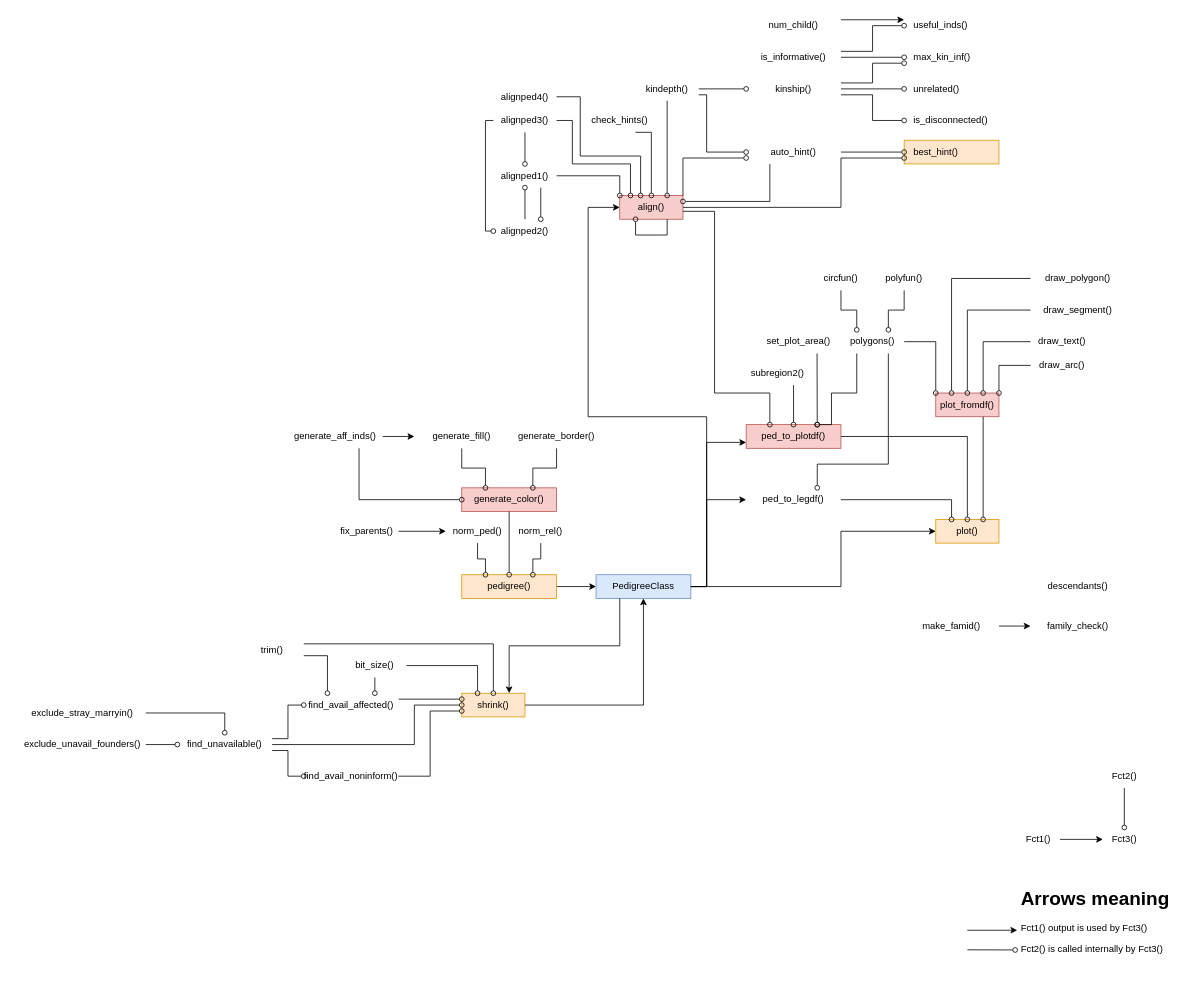
mayoverse/kinship2 keeps this draw.io diagram as documentation/DiagramFunction.drawio. Above is the earlier version. Source tidied: cells renumbered, new cells numbered last; positions are measured from the earlier drawing's top-left corner, leaving out a move shared by most shapes. Both pictures are drawn from the tidied source at 79%, with x=0, y=0 at pixel (19, 13).
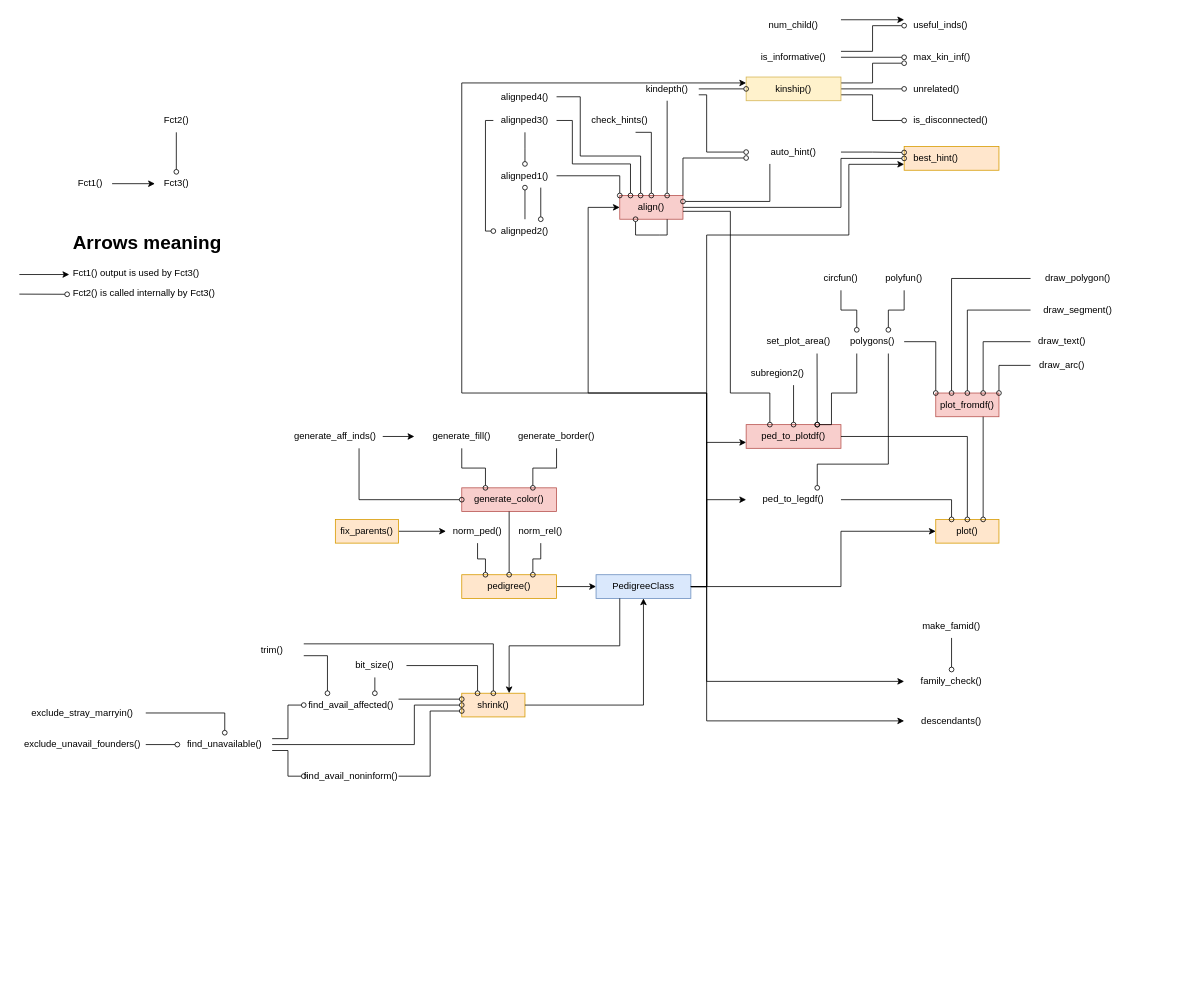
The same page after the edit.

Commit message:
Mettre à jour DiagramFunction.drawio

The change refers to these unchanged cells:
```xml
<mxCell id="2" value="ped_to_plotdf()" style="text;html=1;strokeColor=#b85450;fillColor=#f8cecc;align=center;verticalAlign=middle;whiteSpace=wrap;rounded=0;" parent="1" vertex="1">
  <mxGeometry x="920" y="520" width="120" height="30" as="geometry" />
</mxCell>
<mxCell id="5" value="align()" style="text;html=1;strokeColor=#b85450;fillColor=#f8cecc;align=center;verticalAlign=middle;whiteSpace=wrap;rounded=0;points=[[0,0,0,0,0],[0,0.25,0,0,0],[0,0.5,0,0,0],[0,0.75,0,0,0],[0,1,0,0,0],[0.08,0,0,0,0],[0.17,0,0,0,0],[0.25,0,0,0,0],[0.25,1,0,0,0],[0.33,0,0,0,0],[0.42,0,0,0,0],[0.5,0,0,0,0],[0.5,1,0,0,0],[0.58,0,0,0,0],[0.67,0,0,0,0],[0.75,0,0,0,0],[0.75,1,0,0,0],[0.83,0,0,0,0],[0.92,0,0,0,0],[1,0,0,0,0],[1,0.25,0,0,0],[1,0.5,0,0,0],[1,0.75,0,0,0],[1,1,0,0,0]];" parent="1" vertex="1">
  <mxGeometry x="760" y="230" width="80" height="30" as="geometry" />
</mxCell>
<mxCell id="6" value="PedigreeClass" style="text;html=1;strokeColor=#6c8ebf;fillColor=#dae8fc;align=center;verticalAlign=middle;whiteSpace=wrap;rounded=0;" parent="1" vertex="1">
  <mxGeometry x="730" y="710" width="120" height="30" as="geometry" />
</mxCell>
<mxCell id="41" value="auto_hint()" style="text;html=1;strokeColor=none;fillColor=none;align=center;verticalAlign=middle;whiteSpace=wrap;rounded=0;" parent="1" vertex="1">
  <mxGeometry x="920" y="160" width="120" height="30" as="geometry" />
</mxCell>
<mxCell id="49" value="make_famid()" style="text;html=1;strokeColor=none;fillColor=none;align=center;verticalAlign=middle;whiteSpace=wrap;rounded=0;" parent="1" vertex="1">
  <mxGeometry x="1120" y="760" width="120" height="30" as="geometry" />
</mxCell>
```

What changed in the source:
```diff
@@
+    <mxCell id="124" style="edgeStyle=orthogonalEdgeStyle;rounded=0;jettySize=auto;html=1;exitX=1;exitY=0.5;exitDx=0;exitDy=0;entryX=0;entryY=0.5;entryDx=0;entryDy=0;" parent="1" edge="1" source="6" target="50">
+      <mxGeometry relative="1" as="geometry">
+        <Array as="points">
+          <mxPoint x="870" y="725" />
+          <mxPoint x="870" y="845" />
+        </Array>
+      </mxGeometry>
+    </mxCell>
+    <mxCell id="125" style="edgeStyle=orthogonalEdgeStyle;rounded=0;jettySize=auto;html=1;exitX=1;exitY=0.5;exitDx=0;exitDy=0;entryX=0;entryY=0.5;entryDx=0;entryDy=0;" parent="1" edge="1" source="6" target="47">
+      <mxGeometry relative="1" as="geometry">
+        <Array as="points">
+          <mxPoint x="870" y="725" />
+          <mxPoint x="870" y="895" />
+        </Array>
+      </mxGeometry>
+    </mxCell>
+    <mxCell id="126" style="edgeStyle=orthogonalEdgeStyle;rounded=0;jettySize=auto;html=1;exitX=1;exitY=0.5;exitDx=0;exitDy=0;entryX=0;entryY=0.75;entryDx=0;entryDy=0;" parent="1" edge="1" source="6" target="7">
+      <mxGeometry relative="1" as="geometry">
+        <Array as="points">
+          <mxPoint x="870" y="725" />
+          <mxPoint x="870" y="280" />
+          <mxPoint x="1050" y="280" />
+          <mxPoint x="1050" y="190" />
+          <mxPoint x="1120" y="190" />
+        </Array>
+      </mxGeometry>
+    </mxCell>
+    <mxCell id="127" style="edgeStyle=orthogonalEdgeStyle;rounded=0;jettySize=auto;html=1;exitX=1;exitY=0.5;exitDx=0;exitDy=0;entryX=0;entryY=0.25;entryDx=0;entryDy=0;" parent="1" edge="1" source="6" target="34">
+      <mxGeometry relative="1" as="geometry">
+        <Array as="points">
+          <mxPoint x="870" y="725" />
+          <mxPoint x="870" y="480" />
+          <mxPoint x="560" y="480" />
+          <mxPoint x="560" y="87" />
+        </Array>
+      </mxGeometry>
+    </mxCell>
@@
     <mxCell id="7" value="best_hint()" style="text;html=1;strokeColor=#d79b00;fillColor=#ffe6cc;align=left;verticalAlign=middle;whiteSpace=wrap;rounded=0;spacingLeft=10;" parent="1" vertex="1">
-      <mxGeometry x="1120" y="160" width="120" height="30" as="geometry" />
+      <mxGeometry x="1120" y="168" width="120" height="30" as="geometry" />
     </mxCell>
@@
     <mxCell id="15" style="edgeStyle=orthogonalEdgeStyle;rounded=0;jettySize=auto;html=1;exitX=1;exitY=0.5;exitDx=0;exitDy=0;entryX=0;entryY=0.5;entryDx=0;entryDy=0;entryPerimeter=0;" parent="1" edge="1" source="6" target="5">
       <mxGeometry relative="1" as="geometry">
         <Array as="points">
           <mxPoint x="870" y="725" />
-          <mxPoint x="870" y="510" />
-          <mxPoint x="720" y="510" />
+          <mxPoint x="870" y="480" />
+          <mxPoint x="720" y="480" />
           <mxPoint x="720" y="245" />
         </Array>
       </mxGeometry>
     </mxCell>
@@
-    <mxCell id="29" style="edgeStyle=orthogonalEdgeStyle;rounded=0;jettySize=auto;html=1;exitX=1;exitY=0.5;exitDx=0;exitDy=0;entryX=0;entryY=0.75;entryDx=0;entryDy=0;endArrow=oval;endFill=0;" parent="1" edge="1" source="5" target="7">
+    <mxCell id="29" style="edgeStyle=orthogonalEdgeStyle;rounded=0;jettySize=auto;html=1;exitX=1;exitY=0.5;exitDx=0;exitDy=0;entryX=0;entryY=0.5;entryDx=0;entryDy=0;endArrow=oval;endFill=0;" parent="1" edge="1" source="5" target="7">
       <mxGeometry relative="1" as="geometry">
         <Array as="points">
           <mxPoint x="1040" y="245" />
           <mxPoint x="1040" y="183" />
+          <mxPoint x="1120" y="183" />
         </Array>
       </mxGeometry>
     </mxCell>
     <mxCell id="30" style="edgeStyle=orthogonalEdgeStyle;rounded=0;jettySize=auto;html=1;entryX=0.25;entryY=0;entryDx=0;entryDy=0;endArrow=oval;endFill=0;" parent="1" edge="1" target="2">
       <mxGeometry relative="1" as="geometry">
         <mxPoint x="840" y="250" as="sourcePoint" />
         <Array as="points">
-          <mxPoint x="880" y="250" />
-          <mxPoint x="880" y="480" />
+          <mxPoint x="900" y="250" />
+          <mxPoint x="900" y="480" />
           <mxPoint x="950" y="480" />
         </Array>
       </mxGeometry>
     </mxCell>
@@
-    <mxCell id="34" value="kinship()" style="text;html=1;strokeColor=none;fillColor=none;align=center;verticalAlign=middle;whiteSpace=wrap;rounded=0;" parent="1" vertex="1">
+    <mxCell id="34" value="kinship()" style="text;html=1;strokeColor=#d6b656;fillColor=#fff2cc;align=center;verticalAlign=middle;whiteSpace=wrap;rounded=0;" parent="1" vertex="1">
       <mxGeometry x="920" y="80" width="120" height="30" as="geometry" />
     </mxCell>
@@
-    <mxCell id="39" style="edgeStyle=orthogonalEdgeStyle;rounded=0;jettySize=auto;html=1;exitX=1;exitY=0.5;exitDx=0;exitDy=0;entryX=0;entryY=0.5;entryDx=0;entryDy=0;endArrow=oval;endFill=0;" parent="1" edge="1" source="41" target="7">
+    <mxCell id="39" style="edgeStyle=orthogonalEdgeStyle;rounded=0;jettySize=auto;html=1;exitX=1;exitY=0.5;exitDx=0;exitDy=0;entryX=0;entryY=0.25;entryDx=0;entryDy=0;endArrow=oval;endFill=0;" parent="1" edge="1" source="41" target="7">
       <mxGeometry relative="1" as="geometry" />
     </mxCell>
@@
     <mxCell id="47" value="descendants()" style="text;html=1;strokeColor=none;fillColor=none;align=center;verticalAlign=middle;whiteSpace=wrap;rounded=0;" parent="1" vertex="1">
-      <mxGeometry x="1280" y="710" width="120" height="30" as="geometry" />
+      <mxGeometry x="1120" y="880" width="120" height="30" as="geometry" />
     </mxCell>
-    <mxCell id="48" style="edgeStyle=orthogonalEdgeStyle;rounded=0;jettySize=auto;html=1;" parent="1" edge="1" source="49" target="50">
+    <mxCell id="48" style="edgeStyle=orthogonalEdgeStyle;rounded=0;jettySize=auto;html=1;endArrow=oval;endFill=0;" parent="1" edge="1" source="49" target="50">
       <mxGeometry relative="1" as="geometry" />
     </mxCell>
@@
     <mxCell id="50" value="&lt;div&gt;family_check()&lt;/div&gt;" style="text;html=1;strokeColor=none;fillColor=none;align=center;verticalAlign=middle;whiteSpace=wrap;rounded=0;" parent="1" vertex="1">
-      <mxGeometry x="1280" y="760" width="120" height="30" as="geometry" />
+      <mxGeometry x="1120" y="830" width="120" height="30" as="geometry" />
     </mxCell>
@@
-    <mxCell id="71" value="fix_parents()" style="text;html=1;strokeColor=none;fillColor=none;align=center;verticalAlign=middle;whiteSpace=wrap;rounded=0;" parent="1" vertex="1">
+    <mxCell id="71" value="fix_parents()" style="text;html=1;strokeColor=#d79b00;fillColor=#ffe6cc;align=center;verticalAlign=middle;whiteSpace=wrap;rounded=0;" parent="1" vertex="1">
       <mxGeometry x="400" y="640" width="80" height="30" as="geometry" />
     </mxCell>
@@
     <mxCell id="113" style="group;" parent="1" vertex="1">
-      <mxGeometry x="1200" y="950" width="280" height="270" as="geometry" />
+      <mxGeometry y="120" width="280" height="270" as="geometry" />
     </mxCell>
```
